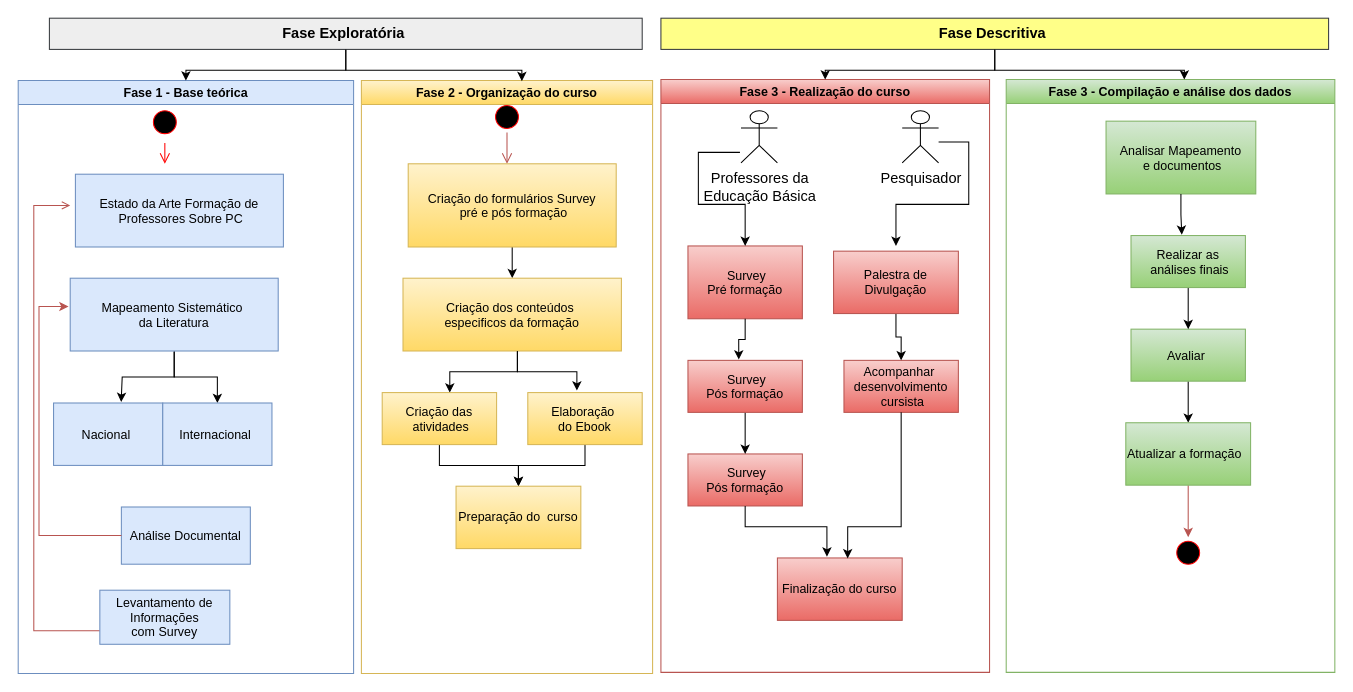
Before: Diagrama formação continuada.drawio in RosianeSangali/RosianeSangali, a draw.io diagram. Source tidied: cells renumbered, new cells numbered last; positions are measured from the earlier drawing's top-left corner, leaving out a move shared by most shapes. Both pictures are drawn from the tidied source at 104%, with x=0, y=0 at pixel (18, 18).
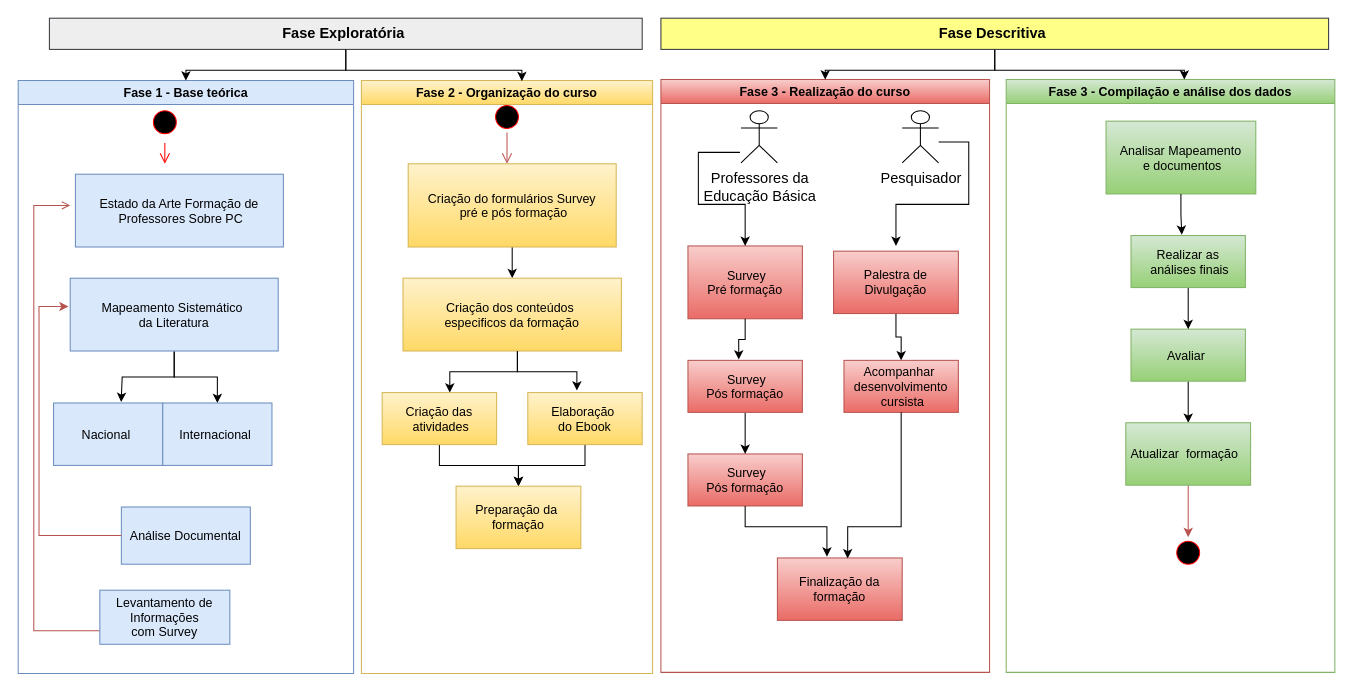
The same diagram, later.

The change refers to these unchanged cells:
```xml
<mxCell id="15" value="Fase 2 - Organização do curso" style="swimlane;whiteSpace=wrap;fillColor=#fff2cc;strokeColor=#d6b656;gradientColor=#ffd966;" parent="1" vertex="1">
  <mxGeometry x="330" y="60" width="280" height="570" as="geometry" />
</mxCell>
<mxCell id="28" value="Fase 3 - Realização do curso" style="swimlane;whiteSpace=wrap;fillColor=#f8cecc;gradientColor=#ea6b66;strokeColor=#b85450;" parent="1" vertex="1">
  <mxGeometry x="618" y="59" width="316" height="570" as="geometry" />
</mxCell>
<mxCell id="44" value="Fase 3 - Compilação e análise dos dados" style="swimlane;whiteSpace=wrap;fillColor=#d5e8d4;gradientColor=#97d077;strokeColor=#82b366;" parent="1" vertex="1">
  <mxGeometry x="950" y="59" width="316" height="570" as="geometry" />
</mxCell>
```

The edit, as a diff of the source:
```diff
@@
-    <mxCell id="27" value="Preparação do&amp;nbsp; curso" style="rounded=0;whiteSpace=wrap;html=1;fillColor=#fff2cc;gradientColor=#ffd966;strokeColor=#d6b656;" parent="15" vertex="1">
+    <mxCell id="27" value="Preparação da&amp;nbsp; formação" style="rounded=0;whiteSpace=wrap;html=1;fillColor=#fff2cc;gradientColor=#ffd966;strokeColor=#d6b656;" parent="15" vertex="1">
       <mxGeometry x="91" y="390" width="120" height="60" as="geometry" />
     </mxCell>
@@
-    <mxCell id="32" value="Finalização do curso" style="rounded=0;whiteSpace=wrap;html=1;fillColor=#f8cecc;gradientColor=#ea6b66;strokeColor=#b85450;" parent="28" vertex="1">
+    <mxCell id="32" value="Finalização da formação" style="rounded=0;whiteSpace=wrap;html=1;fillColor=#f8cecc;gradientColor=#ea6b66;strokeColor=#b85450;" parent="28" vertex="1">
       <mxGeometry x="112" y="460" width="120" height="60" as="geometry" />
     </mxCell>
@@
-    <mxCell id="49" value="Atualizar a formação &amp;nbsp;" style="rounded=0;whiteSpace=wrap;html=1;fillColor=#d5e8d4;gradientColor=#97d077;strokeColor=#82b366;" parent="44" vertex="1">
+    <mxCell id="49" value="Atualizar&amp;nbsp; formação &amp;nbsp;" style="rounded=0;whiteSpace=wrap;html=1;fillColor=#d5e8d4;gradientColor=#97d077;strokeColor=#82b366;" parent="44" vertex="1">
       <mxGeometry x="115" y="330" width="120" height="60" as="geometry" />
     </mxCell>
```
